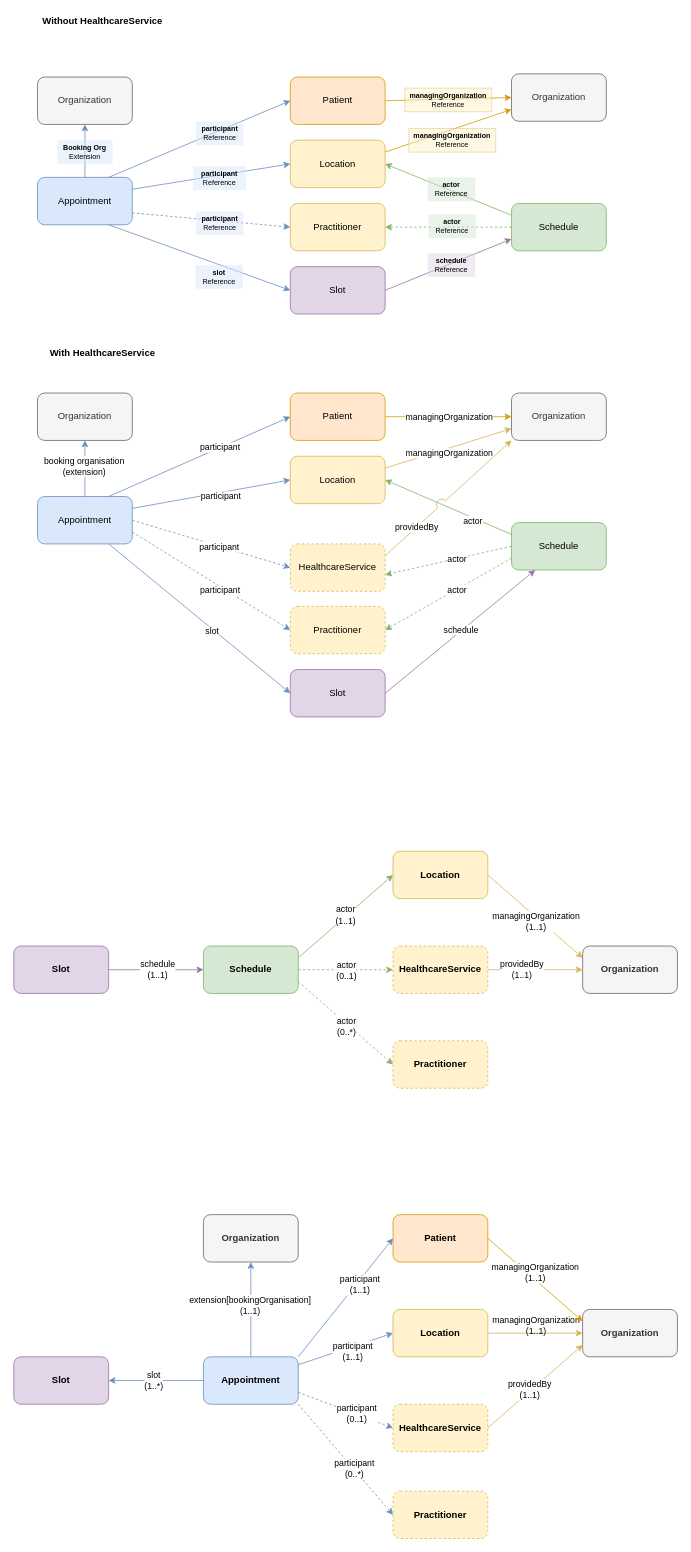
Before: _diagrams-source/Draw.io/appointments-resource-relationships.drawio in nhsconnect/gpconnect, a draw.io diagram. Source tidied: cells renumbered, new cells numbered last; positions are measured from the earlier drawing's top-left corner, leaving out a move shared by most shapes. Both pictures are drawn from the tidied source at 79%, with x=0, y=0 at pixel (13, 13).
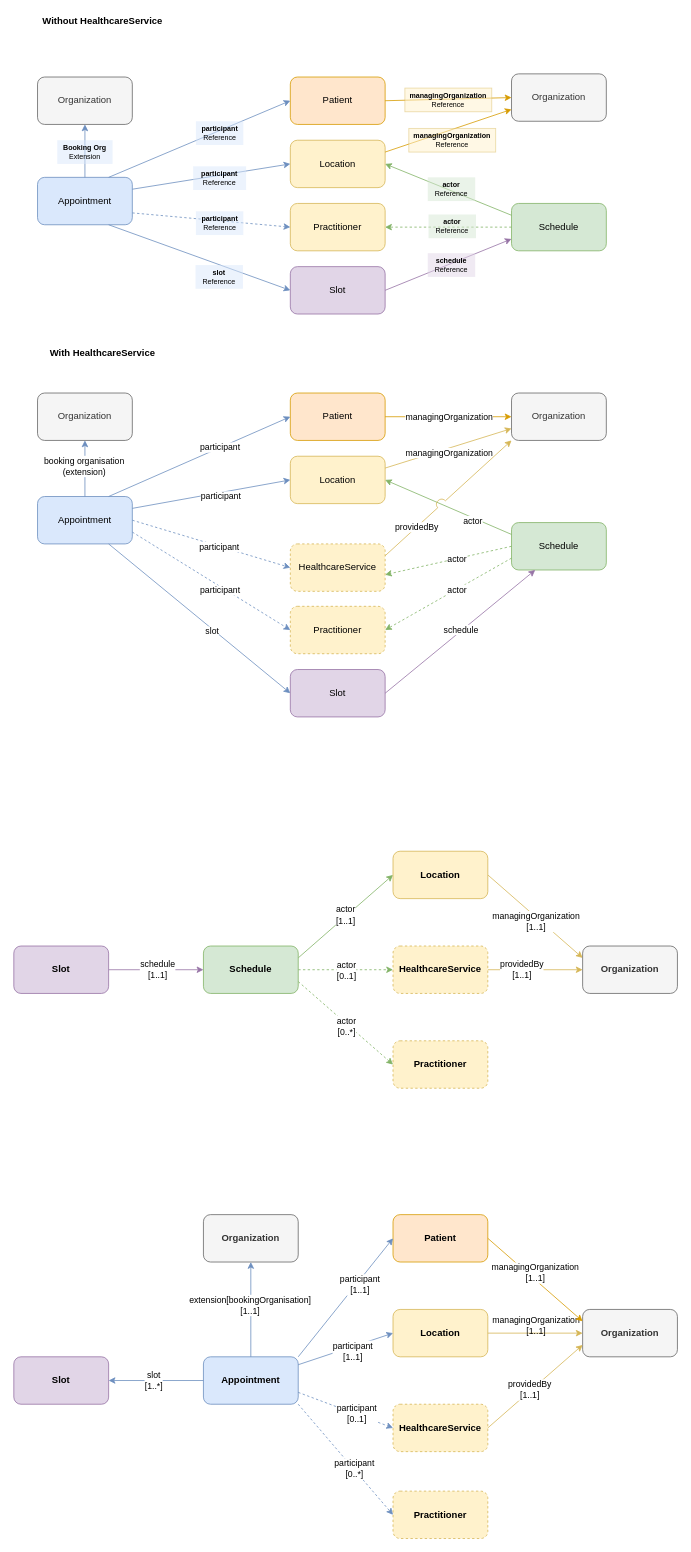
The same page after the edit.

The change refers to these unchanged cells:
```xml
<mxCell id="71" style="edgeStyle=none;rounded=0;html=1;exitX=0.5;exitY=0;entryX=0.5;entryY=1;jettySize=auto;fillColor=#dae8fc;strokeColor=#6c8ebf;exitDx=0;exitDy=0;" parent="1" edge="1" source="65" target="70">
  <mxGeometry relative="1" as="geometry" />
</mxCell>
<mxCell id="73" style="endArrow=classic;html=1;strokeColor=#6c8ebf;entryX=0;entryY=0.5;entryDx=0;entryDy=0;fillColor=#dae8fc;" parent="1" edge="1" target="67">
  <mxGeometry relative="1" as="geometry">
    <mxPoint x="360" y="1710" as="sourcePoint" />
  </mxGeometry>
</mxCell>
<mxCell id="75" style="endArrow=classic;html=1;strokeColor=#6c8ebf;exitX=0;exitY=0.5;exitDx=0;exitDy=0;entryX=1;entryY=0.5;entryDx=0;entryDy=0;fillColor=#dae8fc;" parent="1" edge="1" source="65" target="66">
  <mxGeometry relative="1" as="geometry" />
</mxCell>
<mxCell id="77" style="endArrow=classic;html=1;strokeColor=#6c8ebf;exitX=1;exitY=0;exitDx=0;exitDy=0;entryX=0;entryY=0.5;entryDx=0;entryDy=0;fillColor=#dae8fc;" parent="1" edge="1" source="65" target="68">
  <mxGeometry relative="1" as="geometry" />
</mxCell>
<mxCell id="79" style="endArrow=classic;html=1;strokeColor=#6c8ebf;exitX=1;exitY=1;exitDx=0;exitDy=0;entryX=0;entryY=0.5;entryDx=0;entryDy=0;fillColor=#dae8fc;dashed=1;" parent="1" edge="1" source="65" target="69">
  <mxGeometry relative="1" as="geometry" />
</mxCell>
<mxCell id="82" style="endArrow=classic;html=1;strokeColor=#6c8ebf;exitX=1;exitY=0.75;exitDx=0;exitDy=0;entryX=0;entryY=0.5;entryDx=0;entryDy=0;fillColor=#dae8fc;dashed=1;" parent="1" edge="1" source="65" target="81">
  <mxGeometry relative="1" as="geometry" />
</mxCell>
<mxCell id="87" style="endArrow=classic;html=1;exitX=1;exitY=0.5;exitDx=0;exitDy=0;entryX=0;entryY=0.75;entryDx=0;entryDy=0;fillColor=#fff2cc;strokeColor=#d6b656;" parent="1" edge="1" source="81" target="86">
  <mxGeometry relative="1" as="geometry" />
</mxCell>
<mxCell id="89" style="endArrow=classic;html=1;exitX=1;exitY=0.5;exitDx=0;exitDy=0;entryX=0;entryY=0.5;entryDx=0;entryDy=0;fillColor=#fff2cc;strokeColor=#d6b656;" parent="1" edge="1" source="67" target="86">
  <mxGeometry relative="1" as="geometry" />
</mxCell>
<mxCell id="91" style="endArrow=classic;html=1;exitX=1;exitY=0.5;exitDx=0;exitDy=0;entryX=0;entryY=0.25;entryDx=0;entryDy=0;fillColor=#ffe6cc;strokeColor=#d79b00;" parent="1" edge="1" source="68" target="86">
  <mxGeometry relative="1" as="geometry" />
</mxCell>
<mxCell id="93" style="endArrow=classic;html=1;strokeColor=#82b366;exitX=1;exitY=0.25;exitDx=0;exitDy=0;entryX=0;entryY=0.5;entryDx=0;entryDy=0;fillColor=#d5e8d4;" parent="1" edge="1" source="105" target="106">
  <mxGeometry relative="1" as="geometry" />
</mxCell>
<mxCell id="95" style="endArrow=classic;html=1;strokeColor=#82b366;exitX=1;exitY=0.75;exitDx=0;exitDy=0;entryX=0;entryY=0.5;entryDx=0;entryDy=0;fillColor=#d5e8d4;dashed=1;" parent="1" edge="1" source="105" target="107">
  <mxGeometry relative="1" as="geometry" />
</mxCell>
<mxCell id="97" style="edgeStyle=none;rounded=0;jumpStyle=arc;jumpSize=13;jettySize=auto;html=1;entryX=0;entryY=0.25;entryDx=0;entryDy=0;fillColor=#fff2cc;strokeColor=#d6b656;exitX=1;exitY=0.5;exitDx=0;exitDy=0;" parent="1" edge="1" source="106" target="103">
  <mxGeometry relative="1" as="geometry" />
</mxCell>
<mxCell id="99" style="endArrow=classic;html=1;strokeColor=#9673a6;exitX=1;exitY=0.5;exitDx=0;exitDy=0;fillColor=#e1d5e7;entryX=0;entryY=0.5;entryDx=0;entryDy=0;" parent="1" edge="1" source="104" target="105">
  <mxGeometry relative="1" as="geometry" />
</mxCell>
<mxCell id="101" style="endArrow=classic;html=1;strokeColor=#82b366;fillColor=#d5e8d4;dashed=1;entryX=0;entryY=0.5;entryDx=0;entryDy=0;exitX=1;exitY=0.5;exitDx=0;exitDy=0;" parent="1" edge="1" source="105" target="110">
  <mxGeometry relative="1" as="geometry" />
</mxCell>
<mxCell id="108" style="edgeStyle=orthogonalEdgeStyle;rounded=0;jettySize=auto;html=1;exitX=1;exitY=0.5;exitDx=0;exitDy=0;fillColor=#fff2cc;strokeColor=#d6b656;" parent="1" edge="1" source="110" target="103">
  <mxGeometry relative="1" as="geometry" />
</mxCell>
```

What changed in the source:
```diff
@@
-    <mxCell id="72" value="extension[bookingOrganisation]&lt;br&gt;(1..1)" style="edgeLabel;html=1;align=center;verticalAlign=middle;" parent="71" vertex="1">
+    <mxCell id="72" value="extension[bookingOrganisation]&lt;br&gt;[1..1]" style="edgeLabel;html=1;align=center;verticalAlign=middle;" parent="71" vertex="1">
       <mxGeometry x="0.1" y="2" relative="1" as="geometry" />
     </mxCell>
@@
-    <mxCell id="74" value="participant&lt;br&gt;(1..1)" style="edgeLabel;html=1;align=center;verticalAlign=middle;" parent="73" vertex="1">
+    <mxCell id="74" value="participant&lt;br&gt;[1..1]" style="edgeLabel;html=1;align=center;verticalAlign=middle;" parent="73" vertex="1">
       <mxGeometry x="0.06" y="-2" relative="1" as="geometry">
         <mxPoint x="4.8" y="2" as="offset" />
       </mxGeometry>
     </mxCell>
@@
-    <mxCell id="76" value="slot&lt;br&gt;(1..*)" style="edgeLabel;html=1;align=center;verticalAlign=middle;" parent="75" vertex="1">
+    <mxCell id="76" value="slot&lt;br&gt;[1..*]" style="edgeLabel;html=1;align=center;verticalAlign=middle;" parent="75" vertex="1">
       <mxGeometry x="0.12" y="-3" relative="1" as="geometry">
         <mxPoint x="3.8" y="2.4" as="offset" />
       </mxGeometry>
     </mxCell>
@@
-    <mxCell id="78" value="participant&lt;br&gt;(1..1)" style="edgeLabel;html=1;align=center;verticalAlign=middle;" parent="77" vertex="1">
+    <mxCell id="78" value="participant&lt;br&gt;[1..1]" style="edgeLabel;html=1;align=center;verticalAlign=middle;" parent="77" vertex="1">
       <mxGeometry x="0.16" y="-3" relative="1" as="geometry">
         <mxPoint x="6" y="-6.5" as="offset" />
       </mxGeometry>
     </mxCell>
@@
-    <mxCell id="80" value="participant&lt;br&gt;(0..*)" style="edgeLabel;html=1;align=center;verticalAlign=middle;" parent="79" vertex="1">
+    <mxCell id="80" value="participant&lt;br&gt;[0..*]" style="edgeLabel;html=1;align=center;verticalAlign=middle;" parent="79" vertex="1">
       <mxGeometry x="-0.03" y="-1" relative="1" as="geometry">
         <mxPoint x="13.7" y="12.8" as="offset" />
       </mxGeometry>
     </mxCell>
@@
-    <mxCell id="83" value="participant&lt;br&gt;(0..1)" style="edgeLabel;html=1;align=center;verticalAlign=middle;" parent="82" vertex="1">
+    <mxCell id="83" value="participant&lt;br&gt;[0..1]" style="edgeLabel;html=1;align=center;verticalAlign=middle;" parent="82" vertex="1">
       <mxGeometry x="-0.09" y="1" relative="1" as="geometry">
         <mxPoint x="18.7" y="6.7" as="offset" />
       </mxGeometry>
     </mxCell>
@@
-    <mxCell id="88" value="providedBy&lt;br&gt;(1..1)" style="edgeLabel;html=1;align=center;verticalAlign=middle;" parent="87" vertex="1">
+    <mxCell id="88" value="providedBy&lt;br&gt;[1..1]" style="edgeLabel;html=1;align=center;verticalAlign=middle;" parent="87" vertex="1">
       <mxGeometry x="-0.1" y="2" relative="1" as="geometry" />
     </mxCell>
@@
-    <mxCell id="90" value="managingOrganization&lt;br&gt;(1..1)" style="edgeLabel;html=1;align=center;verticalAlign=middle;labelBackgroundColor=none;" parent="89" vertex="1">
+    <mxCell id="90" value="managingOrganization&lt;br&gt;[1..1]" style="edgeLabel;html=1;align=center;verticalAlign=middle;labelBackgroundColor=none;" parent="89" vertex="1">
       <mxGeometry x="-0.35" y="2" relative="1" as="geometry">
         <mxPoint x="21" y="-8" as="offset" />
       </mxGeometry>
     </mxCell>
@@
-    <mxCell id="92" value="managingOrganization&lt;br&gt;(1..1)" style="edgeLabel;html=1;align=center;verticalAlign=middle;" parent="91" vertex="1">
+    <mxCell id="92" value="managingOrganization&lt;br&gt;[1..1]" style="edgeLabel;html=1;align=center;verticalAlign=middle;" parent="91" vertex="1">
       <mxGeometry x="-0.37" y="4" relative="1" as="geometry">
         <mxPoint x="19" y="13.4" as="offset" />
       </mxGeometry>
     </mxCell>
@@
-    <mxCell id="94" value="actor&lt;br&gt;(1..1)" style="edgeLabel;html=1;align=center;verticalAlign=middle;" parent="93" vertex="1">
+    <mxCell id="94" value="actor&lt;br&gt;[1..1]" style="edgeLabel;html=1;align=center;verticalAlign=middle;" parent="93" vertex="1">
       <mxGeometry x="-0.08" y="1" relative="1" as="geometry">
         <mxPoint x="5.7" y="-5.2" as="offset" />
       </mxGeometry>
     </mxCell>
@@
-    <mxCell id="96" value="actor&lt;br&gt;(0..*)" style="edgeLabel;html=1;align=center;verticalAlign=middle;" parent="95" vertex="1">
+    <mxCell id="96" value="actor&lt;br&gt;[0..*]" style="edgeLabel;html=1;align=center;verticalAlign=middle;" parent="95" vertex="1">
       <mxGeometry x="-0.13" relative="1" as="geometry">
         <mxPoint x="8.1" y="10.6" as="offset" />
       </mxGeometry>
     </mxCell>
@@
-    <mxCell id="98" value="managingOrganization&lt;br&gt;(1..1)" style="edgeLabel;html=1;align=center;verticalAlign=middle;" parent="97" vertex="1">
+    <mxCell id="98" value="managingOrganization&lt;br&gt;[1..1]" style="edgeLabel;html=1;align=center;verticalAlign=middle;" parent="97" vertex="1">
       <mxGeometry x="0.05" y="-4" relative="1" as="geometry" />
     </mxCell>
@@
-    <mxCell id="100" value="schedule&lt;br&gt;(1..1)" style="edgeLabel;html=1;align=center;verticalAlign=middle;" parent="99" vertex="1">
+    <mxCell id="100" value="schedule&lt;br&gt;[1..1]" style="edgeLabel;html=1;align=center;verticalAlign=middle;" parent="99" vertex="1">
       <mxGeometry x="0.02" y="1" relative="1" as="geometry" />
     </mxCell>
@@
-    <mxCell id="102" value="actor&lt;br&gt;(0..1)" style="edgeLabel;html=1;align=center;verticalAlign=middle;" parent="101" vertex="1">
+    <mxCell id="102" value="actor&lt;br&gt;[0..1]" style="edgeLabel;html=1;align=center;verticalAlign=middle;" parent="101" vertex="1">
       <mxGeometry x="-0.13" relative="1" as="geometry">
         <mxPoint x="8" as="offset" />
       </mxGeometry>
     </mxCell>
@@
-    <mxCell id="109" value="providedBy&lt;br&gt;(1..1)" style="edgeLabel;html=1;align=center;verticalAlign=middle;" parent="108" vertex="1">
+    <mxCell id="109" value="providedBy&lt;br&gt;[1..1]" style="edgeLabel;html=1;align=center;verticalAlign=middle;" parent="108" vertex="1">
       <mxGeometry x="-0.3" y="1" relative="1" as="geometry" />
     </mxCell>
```
